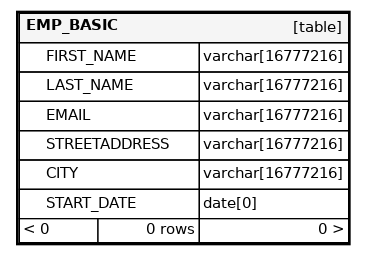
This is diagrams/orphans/orphans.png from Novachevski/snowflake_demo, a Graphviz export, as it was before one commit. Its source is kept beside it as diagrams/orphans/orphans.dot. Its diagram source:
```dot
digraph "orphans" {
  graph [    rankdir="RL"    bgcolor="#ffffff"    nodesep="0.18"    ranksep="0.46"    fontname="Helvetica"    fontsize="11"    ration="compress"  ];  node [    fontname="Helvetica"    fontsize="11"    shape="plaintext"  ];  edge [    arrowsize="0.8"  ];
  "EMP_BASIC" [
   label=<
    <TABLE BORDER="2" CELLBORDER="1" CELLSPACING="0" BGCOLOR="#ffffff">
      <TR><TD COLSPAN="4"  BGCOLOR="#f5f5f5"><TABLE BORDER="0" CELLSPACING="0"><TR><TD ALIGN="LEFT" FIXEDSIZE="TRUE" WIDTH="75" HEIGHT="16"><B>EMP_BASIC</B></TD><TD ALIGN="RIGHT">[table]</TD></TR></TABLE></TD></TR>
      <TR><TD PORT="FIRST_NAME" COLSPAN="2" ALIGN="LEFT"><TABLE BORDER="0" CELLSPACING="0" ALIGN="LEFT"><TR ALIGN="LEFT"><TD ALIGN="LEFT" FIXEDSIZE="TRUE" WIDTH="15" HEIGHT="16"></TD><TD ALIGN="LEFT" FIXEDSIZE="TRUE" WIDTH="114" HEIGHT="16">FIRST_NAME</TD></TR></TABLE></TD><TD PORT="FIRST_NAME.type" ALIGN="LEFT">varchar[16777216]</TD></TR>
      <TR><TD PORT="LAST_NAME" COLSPAN="2" ALIGN="LEFT"><TABLE BORDER="0" CELLSPACING="0" ALIGN="LEFT"><TR ALIGN="LEFT"><TD ALIGN="LEFT" FIXEDSIZE="TRUE" WIDTH="15" HEIGHT="16"></TD><TD ALIGN="LEFT" FIXEDSIZE="TRUE" WIDTH="114" HEIGHT="16">LAST_NAME</TD></TR></TABLE></TD><TD PORT="LAST_NAME.type" ALIGN="LEFT">varchar[16777216]</TD></TR>
      <TR><TD PORT="EMAIL" COLSPAN="2" ALIGN="LEFT"><TABLE BORDER="0" CELLSPACING="0" ALIGN="LEFT"><TR ALIGN="LEFT"><TD ALIGN="LEFT" FIXEDSIZE="TRUE" WIDTH="15" HEIGHT="16"></TD><TD ALIGN="LEFT" FIXEDSIZE="TRUE" WIDTH="114" HEIGHT="16">EMAIL</TD></TR></TABLE></TD><TD PORT="EMAIL.type" ALIGN="LEFT">varchar[16777216]</TD></TR>
      <TR><TD PORT="STREETADDRESS" COLSPAN="2" ALIGN="LEFT"><TABLE BORDER="0" CELLSPACING="0" ALIGN="LEFT"><TR ALIGN="LEFT"><TD ALIGN="LEFT" FIXEDSIZE="TRUE" WIDTH="15" HEIGHT="16"></TD><TD ALIGN="LEFT" FIXEDSIZE="TRUE" WIDTH="114" HEIGHT="16">STREETADDRESS</TD></TR></TABLE></TD><TD PORT="STREETADDRESS.type" ALIGN="LEFT">varchar[16777216]</TD></TR>
      <TR><TD PORT="CITY" COLSPAN="2" ALIGN="LEFT"><TABLE BORDER="0" CELLSPACING="0" ALIGN="LEFT"><TR ALIGN="LEFT"><TD ALIGN="LEFT" FIXEDSIZE="TRUE" WIDTH="15" HEIGHT="16"></TD><TD ALIGN="LEFT" FIXEDSIZE="TRUE" WIDTH="114" HEIGHT="16">CITY</TD></TR></TABLE></TD><TD PORT="CITY.type" ALIGN="LEFT">varchar[16777216]</TD></TR>
      <TR><TD PORT="START_DATE" COLSPAN="2" ALIGN="LEFT"><TABLE BORDER="0" CELLSPACING="0" ALIGN="LEFT"><TR ALIGN="LEFT"><TD ALIGN="LEFT" FIXEDSIZE="TRUE" WIDTH="15" HEIGHT="16"></TD><TD ALIGN="LEFT" FIXEDSIZE="TRUE" WIDTH="114" HEIGHT="16">START_DATE</TD></TR></TABLE></TD><TD PORT="START_DATE.type" ALIGN="LEFT">date[0]</TD></TR>
      <TR><TD ALIGN="LEFT" BGCOLOR="#ffffff">&lt; 0</TD><TD ALIGN="RIGHT" BGCOLOR="#ffffff">0 rows</TD><TD ALIGN="RIGHT" BGCOLOR="#ffffff">0 &gt;</TD></TR>
    </TABLE>>
    URL="tables/EMP_BASIC.html"
    target="_top"
    tooltip="EMP_BASIC"
  ];
}
```
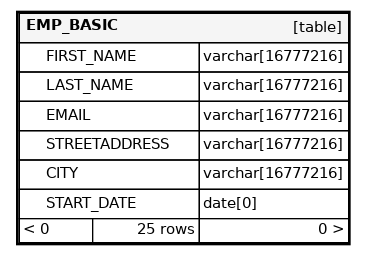
Above is the later version.

Change to the diagram source:
```diff
@@ -10,7 +10,7 @@
       <TR><TD PORT="STREETADDRESS" COLSPAN="2" ALIGN="LEFT"><TABLE BORDER="0" CELLSPACING="0" ALIGN="LEFT"><TR ALIGN="LEFT"><TD ALIGN="LEFT" FIXEDSIZE="TRUE" WIDTH="15" HEIGHT="16"></TD><TD ALIGN="LEFT" FIXEDSIZE="TRUE" WIDTH="114" HEIGHT="16">STREETADDRESS</TD></TR></TABLE></TD><TD PORT="STREETADDRESS.type" ALIGN="LEFT">varchar[16777216]</TD></TR>
       <TR><TD PORT="CITY" COLSPAN="2" ALIGN="LEFT"><TABLE BORDER="0" CELLSPACING="0" ALIGN="LEFT"><TR ALIGN="LEFT"><TD ALIGN="LEFT" FIXEDSIZE="TRUE" WIDTH="15" HEIGHT="16"></TD><TD ALIGN="LEFT" FIXEDSIZE="TRUE" WIDTH="114" HEIGHT="16">CITY</TD></TR></TABLE></TD><TD PORT="CITY.type" ALIGN="LEFT">varchar[16777216]</TD></TR>
       <TR><TD PORT="START_DATE" COLSPAN="2" ALIGN="LEFT"><TABLE BORDER="0" CELLSPACING="0" ALIGN="LEFT"><TR ALIGN="LEFT"><TD ALIGN="LEFT" FIXEDSIZE="TRUE" WIDTH="15" HEIGHT="16"></TD><TD ALIGN="LEFT" FIXEDSIZE="TRUE" WIDTH="114" HEIGHT="16">START_DATE</TD></TR></TABLE></TD><TD PORT="START_DATE.type" ALIGN="LEFT">date[0]</TD></TR>
-      <TR><TD ALIGN="LEFT" BGCOLOR="#ffffff">&lt; 0</TD><TD ALIGN="RIGHT" BGCOLOR="#ffffff">0 rows</TD><TD ALIGN="RIGHT" BGCOLOR="#ffffff">0 &gt;</TD></TR>
+      <TR><TD ALIGN="LEFT" BGCOLOR="#ffffff">&lt; 0</TD><TD ALIGN="RIGHT" BGCOLOR="#ffffff">25 rows</TD><TD ALIGN="RIGHT" BGCOLOR="#ffffff">0 &gt;</TD></TR>
     </TABLE>>
     URL="tables/EMP_BASIC.html"
     target="_top"
```
